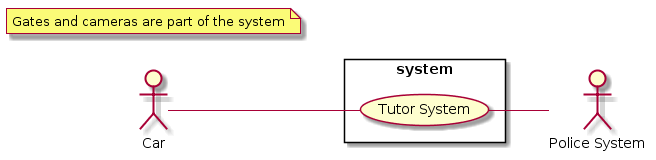
franco-ruggeri/SoftEng keeps this PlantUML diagram as ex6_speed_tutor/pictures/context_diagram.png. Above is the earlier version. Its diagram source:
```plantuml
@startuml
left to right direction
skinparam packageStyle rectangle

:Car: as c
:Police System: as ps

rectangle system {
	(Tutor System) as ts
}

c -- ts
ts -- ps

note "Gates and cameras are part of the system" as n
@enduml
```
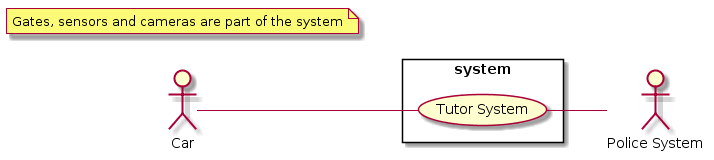
After the change.

Diff of the diagram source:
```diff
@@ -12,5 +12,5 @@
 c -- ts
 ts -- ps
 
-note "Gates and cameras are part of the system" as n
+note "Gates, sensors and cameras are part of the system" as n
 @enduml
```
